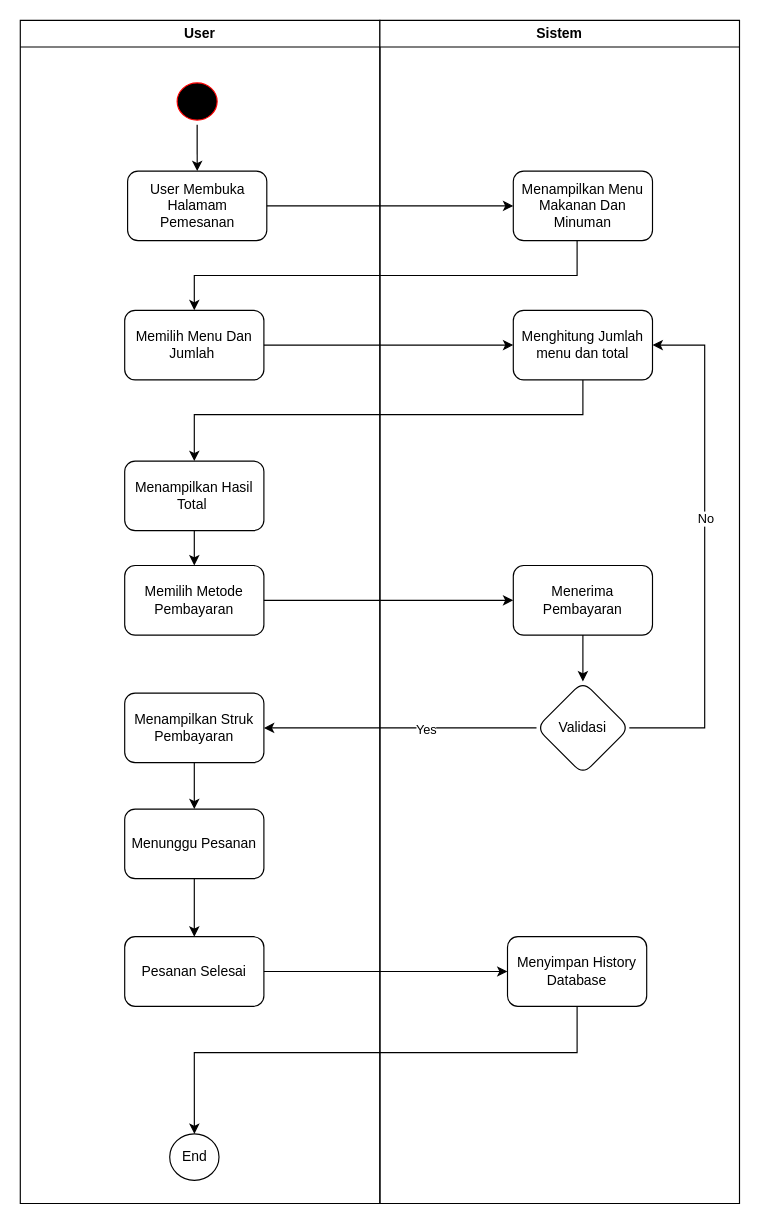
This is page "Activity Diagram Rancangan" (5 of 5) of Docs/Use Case/Untitled Diagram.drawio from gustitriprayoga/Sistem-Pembayaran-QR, a draw.io file, before an edit. Source tidied: cells renumbered, new cells numbered last; positions are measured from the earlier drawing's top-left corner, leaving out a move shared by most shapes. Both pictures are drawn from the tidied source at 116%, with x=0, y=0 at pixel (20, 20).
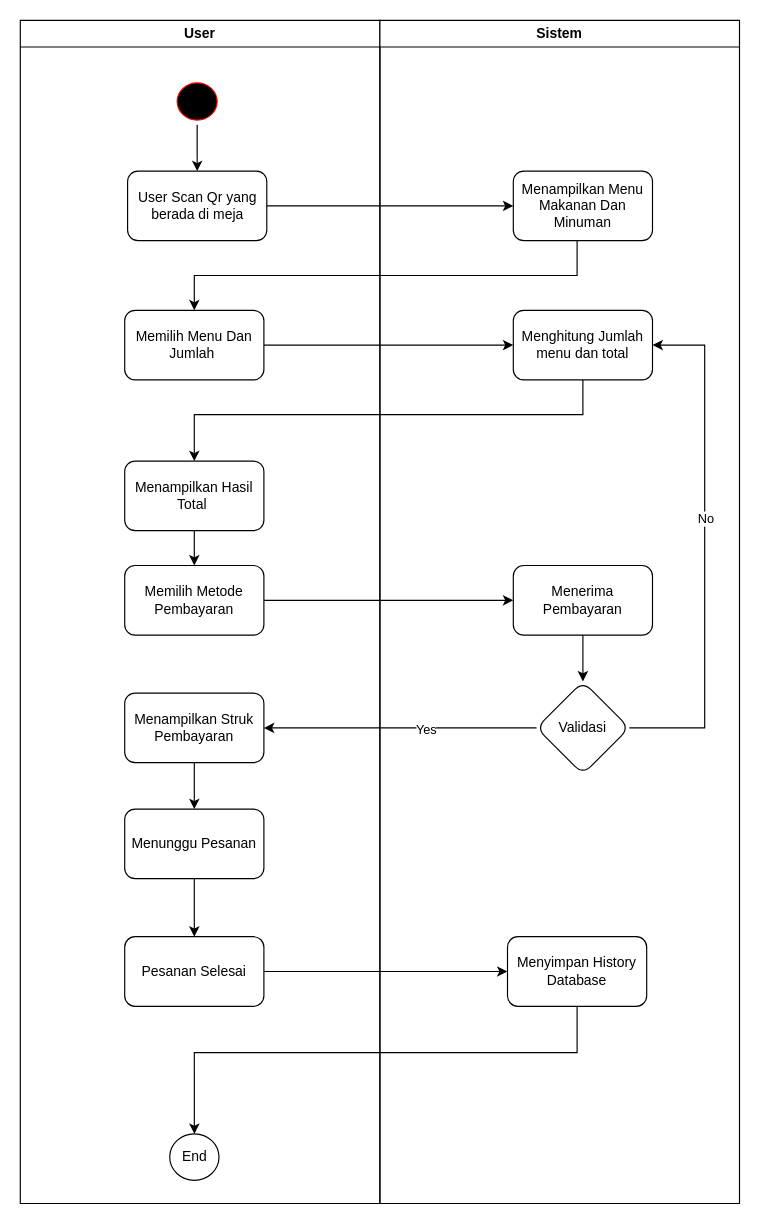
The same page after the edit.

The change refers to these unchanged cells:
```xml
<mxCell id="2" value="User" style="swimlane;whiteSpace=wrap;html=1;startSize=23;" parent="1" vertex="1">
  <mxGeometry width="310" height="1020" as="geometry" />
</mxCell>
```

The edit, as a diff of the source:
```diff
@@
-    <mxCell id="4" value="User Membuka Halamam Pemesanan" style="rounded=1;whiteSpace=wrap;html=1;" parent="2" vertex="1">
+    <mxCell id="4" value="User Scan Qr yang berada di meja" style="rounded=1;whiteSpace=wrap;html=1;" parent="2" vertex="1">
       <mxGeometry x="92.5" y="130" width="120" height="60" as="geometry" />
     </mxCell>
```
